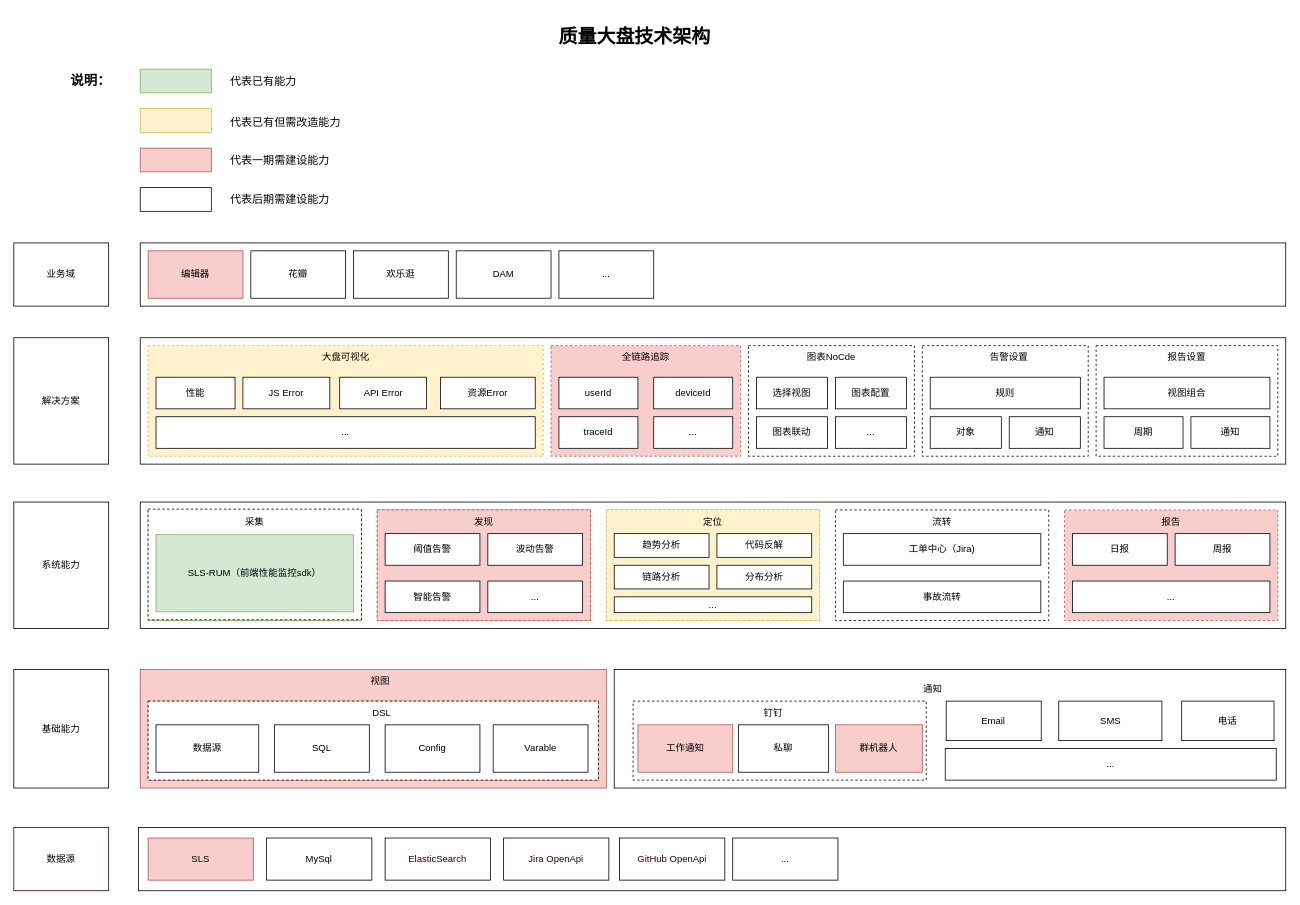
Before: worker/质量大盘.drawio in TNT-Likely/diagrams, a draw.io diagram. Source tidied: cells renumbered, new cells numbered last; positions are measured from the earlier drawing's top-left corner, leaving out a move shared by most shapes. Both pictures are drawn from the tidied source at 79%, with x=0, y=0 at pixel (13, 21).
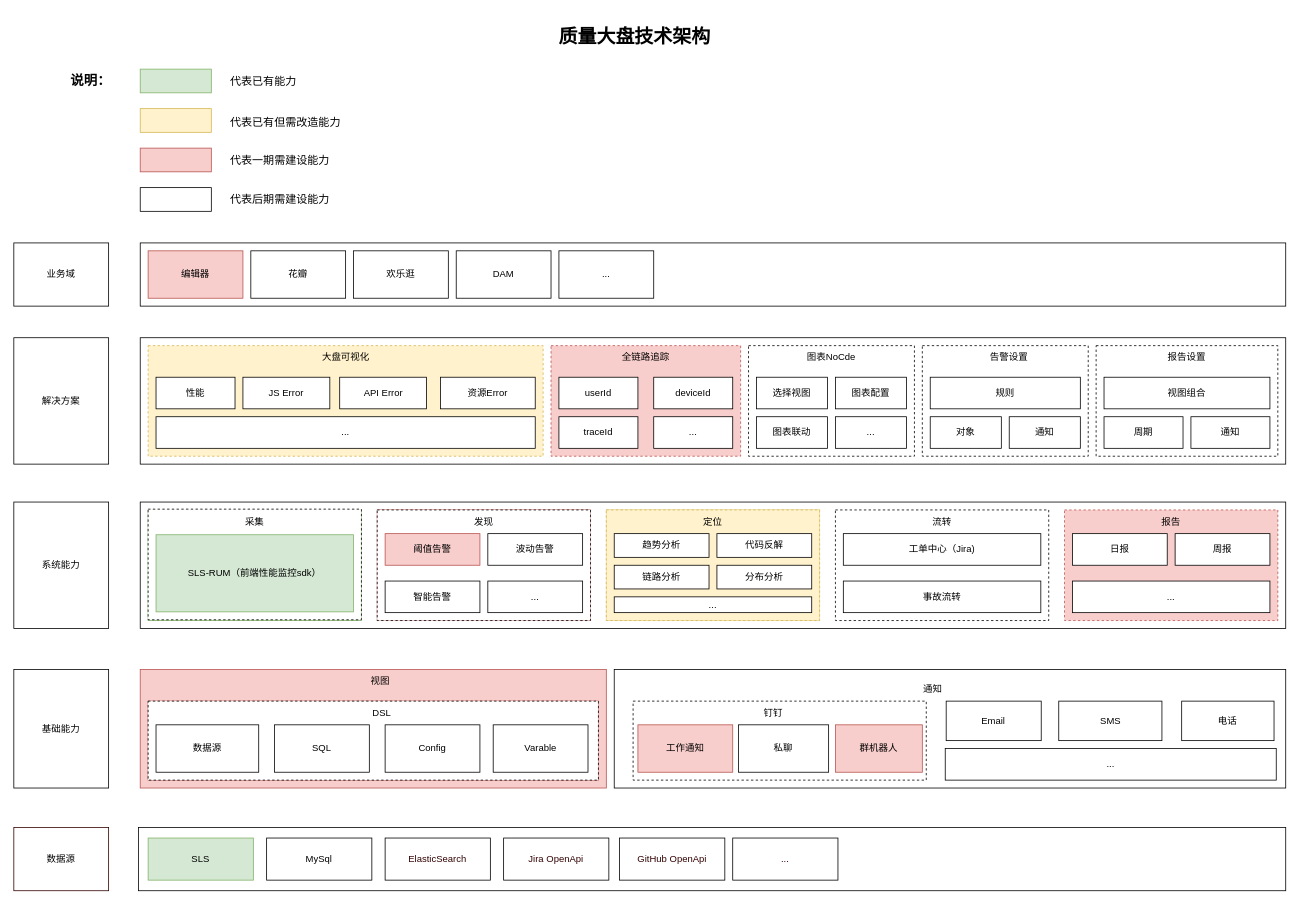
After the change.

Commit message (it also covers changes not shown here):
更新质量大盘.drawio

What changed in the source:
```diff
@@
-    <mxCell id="5" value="SLS" style="rounded=0;whiteSpace=wrap;html=1;fillColor=#f8cecc;strokeColor=#b85450;" parent="1" vertex="1">
+    <mxCell id="5" value="SLS" style="rounded=0;whiteSpace=wrap;html=1;fillColor=#d5e8d4;strokeColor=#82b366;" parent="1" vertex="1">
       <mxGeometry x="170" y="1033.3" width="133.2" height="53.3" as="geometry" />
     </mxCell>
@@
-    <mxCell id="79" style="rounded=0;whiteSpace=wrap;html=1;dashed=1;fillColor=#f8cecc;strokeColor=#b85450;" parent="1" vertex="1">
+    <mxCell id="79" style="rounded=0;whiteSpace=wrap;html=1;dashed=1;" parent="1" vertex="1">
       <mxGeometry x="460" y="618" width="270" height="140" as="geometry" />
     </mxCell>
@@
-    <mxCell id="81" value="阈值告警" style="rounded=0;whiteSpace=wrap;html=1;" parent="1" vertex="1">
+    <mxCell id="81" value="阈值告警" style="rounded=0;whiteSpace=wrap;html=1;fillColor=#f8cecc;strokeColor=#b85450;" parent="1" vertex="1">
       <mxGeometry x="470" y="648" width="120" height="40" as="geometry" />
     </mxCell>
```
